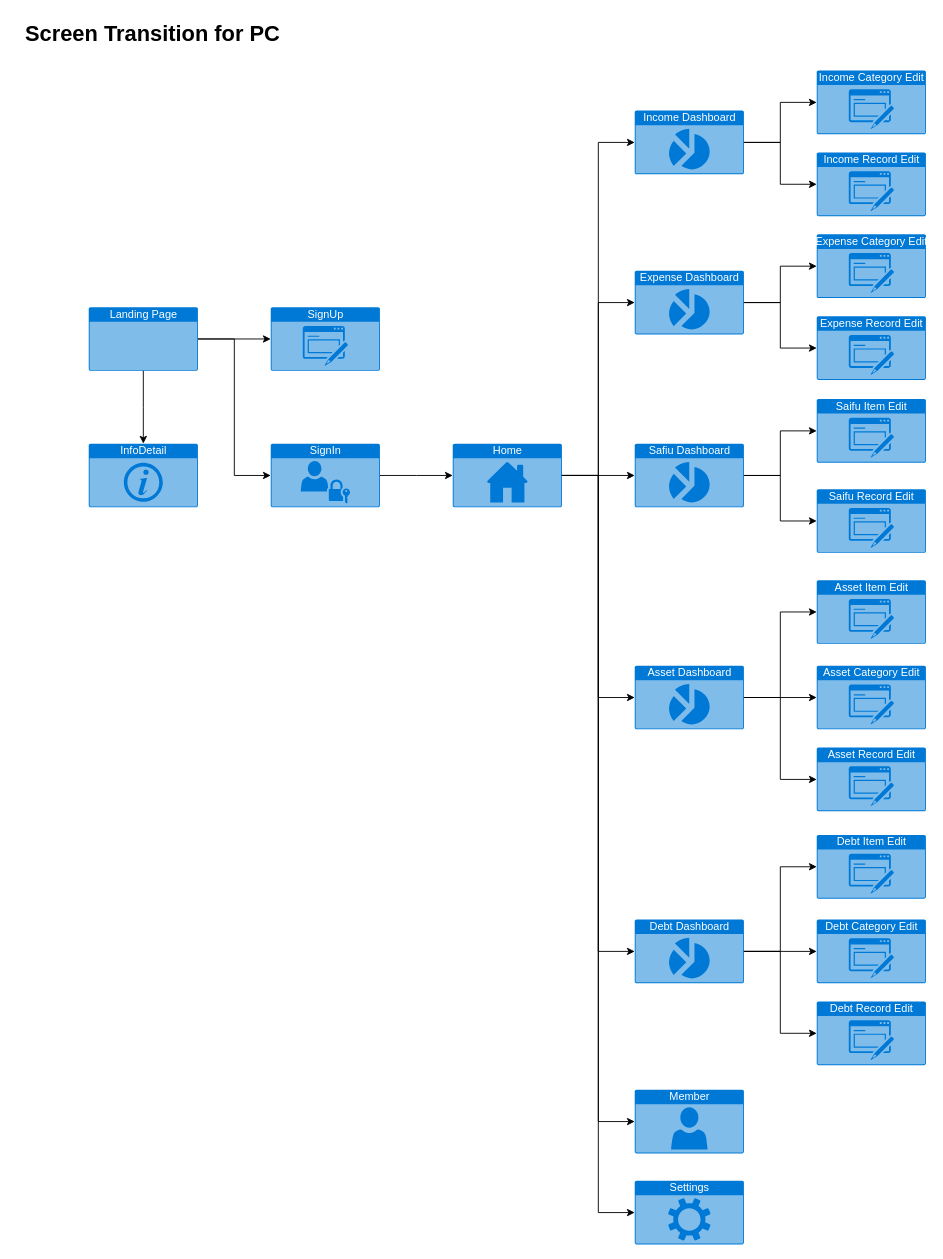
Before: page "ScreenTransition" (2 of 12) of documents/SaifuDesign.drawio in JojiKoike/saifu, a draw.io diagram. Source tidied: cells renumbered, new cells numbered last; positions are measured from the earlier drawing's top-left corner, leaving out a move shared by most shapes. Both pictures are drawn from the tidied source at 91%, with x=0, y=0 at pixel (15, 15).
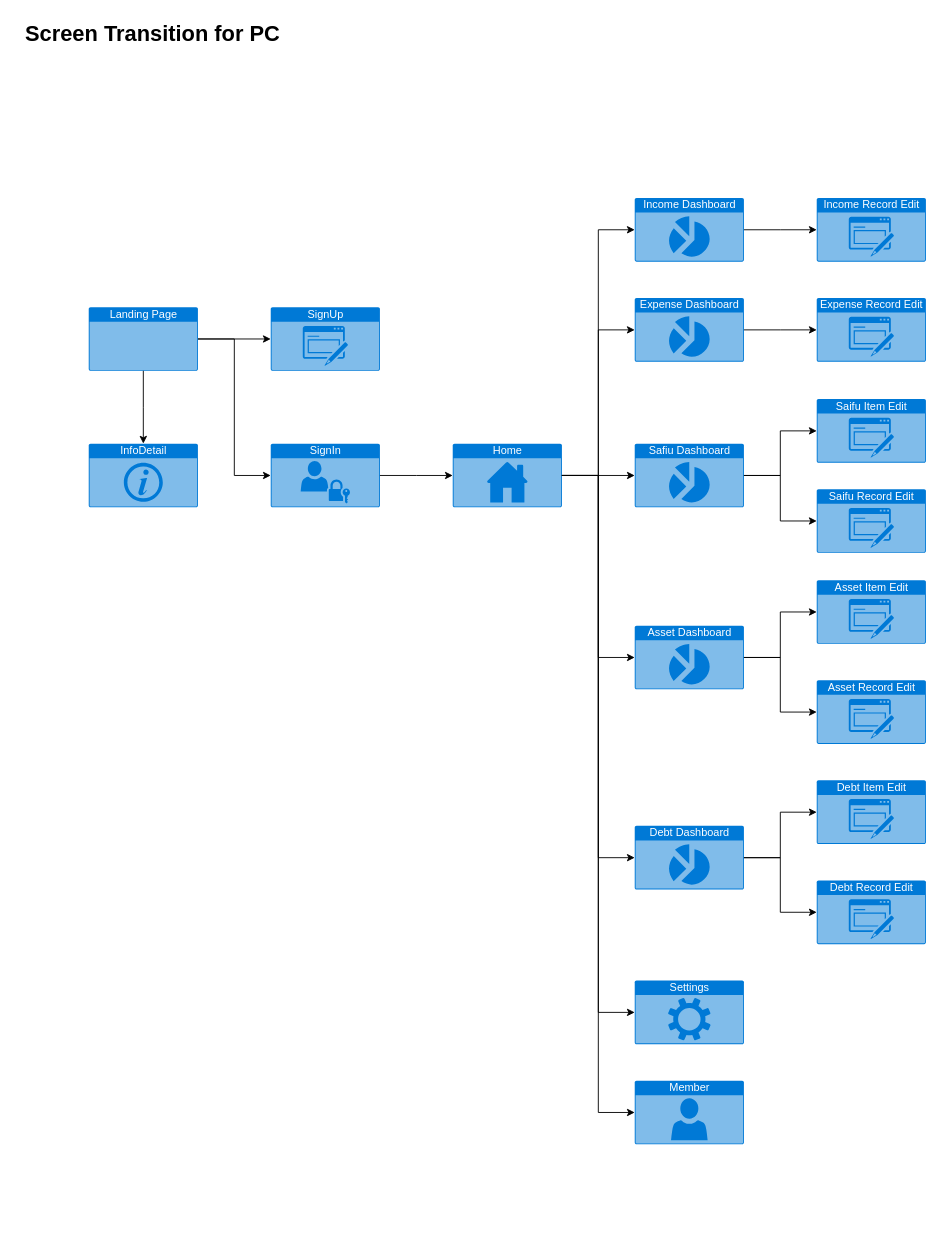
Above is the later version.

The edit, as a diff of the source:
```diff
@@
     <mxCell id="7" value="Income Record Edit" style="html=1;strokeColor=none;fillColor=#0079D6;labelPosition=center;verticalLabelPosition=middle;verticalAlign=top;align=center;fontSize=12;outlineConnect=0;spacingTop=-6;fontColor=#FFFFFF;shape=mxgraph.sitemap.form;" parent="1" vertex="1">
-      <mxGeometry x="880" y="150" width="120" height="70" as="geometry" />
+      <mxGeometry x="880" y="200" width="120" height="70" as="geometry" />
     </mxCell>
     <mxCell id="8" value="Income Dashboard" style="html=1;strokeColor=none;fillColor=#0079D6;labelPosition=center;verticalLabelPosition=middle;verticalAlign=top;align=center;fontSize=12;outlineConnect=0;spacingTop=-6;fontColor=#FFFFFF;shape=mxgraph.sitemap.chart;" parent="1" vertex="1">
-      <mxGeometry x="680" y="104" width="120" height="70" as="geometry" />
+      <mxGeometry x="680" y="200" width="120" height="70" as="geometry" />
     </mxCell>
@@
-    <mxCell id="10" value="Expense Category Edit" style="html=1;strokeColor=none;fillColor=#0079D6;labelPosition=center;verticalLabelPosition=middle;verticalAlign=top;align=center;fontSize=12;outlineConnect=0;spacingTop=-6;fontColor=#FFFFFF;shape=mxgraph.sitemap.form;" parent="1" vertex="1">
-      <mxGeometry x="880" y="240" width="120" height="70" as="geometry" />
-    </mxCell>
     <mxCell id="11" value="Expense Dashboard" style="html=1;strokeColor=none;fillColor=#0079D6;labelPosition=center;verticalLabelPosition=middle;verticalAlign=top;align=center;fontSize=12;outlineConnect=0;spacingTop=-6;fontColor=#FFFFFF;shape=mxgraph.sitemap.chart;" parent="1" vertex="1">
-      <mxGeometry x="680" y="280" width="120" height="70" as="geometry" />
+      <mxGeometry x="680" y="310" width="120" height="70" as="geometry" />
     </mxCell>
@@
     <mxCell id="13" value="Asset Dashboard" style="html=1;strokeColor=none;fillColor=#0079D6;labelPosition=center;verticalLabelPosition=middle;verticalAlign=top;align=center;fontSize=12;outlineConnect=0;spacingTop=-6;fontColor=#FFFFFF;shape=mxgraph.sitemap.chart;" parent="1" vertex="1">
-      <mxGeometry x="680" y="714" width="120" height="70" as="geometry" />
+      <mxGeometry x="680" y="670" width="120" height="70" as="geometry" />
     </mxCell>
     <mxCell id="14" value="Debt Record Edit" style="html=1;strokeColor=none;fillColor=#0079D6;labelPosition=center;verticalLabelPosition=middle;verticalAlign=top;align=center;fontSize=12;outlineConnect=0;spacingTop=-6;fontColor=#FFFFFF;shape=mxgraph.sitemap.form;" parent="1" vertex="1">
-      <mxGeometry x="880" y="1083" width="120" height="70" as="geometry" />
+      <mxGeometry x="880" y="950" width="120" height="70" as="geometry" />
     </mxCell>
     <mxCell id="15" value="Debt Dashboard" style="html=1;strokeColor=none;fillColor=#0079D6;labelPosition=center;verticalLabelPosition=middle;verticalAlign=top;align=center;fontSize=12;outlineConnect=0;spacingTop=-6;fontColor=#FFFFFF;shape=mxgraph.sitemap.chart;" parent="1" vertex="1">
-      <mxGeometry x="680" y="993" width="120" height="70" as="geometry" />
+      <mxGeometry x="680" y="890" width="120" height="70" as="geometry" />
     </mxCell>
     <mxCell id="16" value="Settings" style="html=1;strokeColor=none;fillColor=#0079D6;labelPosition=center;verticalLabelPosition=middle;verticalAlign=top;align=center;fontSize=12;outlineConnect=0;spacingTop=-6;fontColor=#FFFFFF;shape=mxgraph.sitemap.settings;" parent="1" vertex="1">
-      <mxGeometry x="680" y="1280" width="120" height="70" as="geometry" />
+      <mxGeometry x="680" y="1060" width="120" height="70" as="geometry" />
     </mxCell>
@@
-    <mxCell id="24" style="edgeStyle=elbowEdgeStyle;rounded=0;jettySize=auto;html=1;exitX=1;exitY=0.5;exitDx=0;exitDy=0;exitPerimeter=0;entryX=0;entryY=0.5;entryDx=0;entryDy=0;entryPerimeter=0;" parent="1" edge="1" source="11" target="10">
-      <mxGeometry relative="1" as="geometry" />
-    </mxCell>
@@
     <mxCell id="26" value="Asset Record Edit" style="html=1;strokeColor=none;fillColor=#0079D6;labelPosition=center;verticalLabelPosition=middle;verticalAlign=top;align=center;fontSize=12;outlineConnect=0;spacingTop=-6;fontColor=#FFFFFF;shape=mxgraph.sitemap.form;" parent="1" vertex="1">
-      <mxGeometry x="880" y="804" width="120" height="70" as="geometry" />
+      <mxGeometry x="880" y="730" width="120" height="70" as="geometry" />
     </mxCell>
@@
     <mxCell id="30" value="Debt Item Edit" style="html=1;strokeColor=none;fillColor=#0079D6;labelPosition=center;verticalLabelPosition=middle;verticalAlign=top;align=center;fontSize=12;outlineConnect=0;spacingTop=-6;fontColor=#FFFFFF;shape=mxgraph.sitemap.form;" parent="1" vertex="1">
-      <mxGeometry x="880" y="900" width="120" height="70" as="geometry" />
+      <mxGeometry x="880" y="840" width="120" height="70" as="geometry" />
     </mxCell>
@@
-    <mxCell id="38" value="Asset Category Edit" style="html=1;strokeColor=none;fillColor=#0079D6;labelPosition=center;verticalLabelPosition=middle;verticalAlign=top;align=center;fontSize=12;outlineConnect=0;spacingTop=-6;fontColor=#FFFFFF;shape=mxgraph.sitemap.form;" parent="1" vertex="1">
-      <mxGeometry x="880" y="714" width="120" height="70" as="geometry" />
-    </mxCell>
     <mxCell id="39" value="Expense Record Edit" style="html=1;strokeColor=none;fillColor=#0079D6;labelPosition=center;verticalLabelPosition=middle;verticalAlign=top;align=center;fontSize=12;outlineConnect=0;spacingTop=-6;fontColor=#FFFFFF;shape=mxgraph.sitemap.form;" parent="1" vertex="1">
-      <mxGeometry x="880" y="330" width="120" height="70" as="geometry" />
+      <mxGeometry x="880" y="310" width="120" height="70" as="geometry" />
     </mxCell>
-    <mxCell id="40" value="Income Category Edit" style="html=1;strokeColor=none;fillColor=#0079D6;labelPosition=center;verticalLabelPosition=middle;verticalAlign=top;align=center;fontSize=12;outlineConnect=0;spacingTop=-6;fontColor=#FFFFFF;shape=mxgraph.sitemap.form;" parent="1" vertex="1">
-      <mxGeometry x="880" y="60" width="120" height="70" as="geometry" />
-    </mxCell>
-    <mxCell id="41" style="edgeStyle=elbowEdgeStyle;rounded=0;jettySize=auto;html=1;exitX=1;exitY=0.5;exitDx=0;exitDy=0;exitPerimeter=0;entryX=0;entryY=0.5;entryDx=0;entryDy=0;entryPerimeter=0;" parent="1" edge="1" source="8" target="40">
-      <mxGeometry relative="1" as="geometry" />
-    </mxCell>
@@
     <mxCell id="43" value="Member" style="html=1;strokeColor=none;fillColor=#0079D6;labelPosition=center;verticalLabelPosition=middle;verticalAlign=top;align=center;fontSize=12;outlineConnect=0;spacingTop=-6;fontColor=#FFFFFF;shape=mxgraph.sitemap.user;" parent="1" vertex="1">
-      <mxGeometry x="680" y="1180" width="120" height="70" as="geometry" />
+      <mxGeometry x="680" y="1170" width="120" height="70" as="geometry" />
     </mxCell>
@@
-    <mxCell id="46" value="Debt Category Edit" style="html=1;strokeColor=none;fillColor=#0079D6;labelPosition=center;verticalLabelPosition=middle;verticalAlign=top;align=center;fontSize=12;outlineConnect=0;spacingTop=-6;fontColor=#FFFFFF;shape=mxgraph.sitemap.form;" parent="1" vertex="1">
-      <mxGeometry x="880" y="993" width="120" height="70" as="geometry" />
-    </mxCell>
-    <mxCell id="47" style="edgeStyle=elbowEdgeStyle;rounded=0;jettySize=auto;html=1;exitX=1;exitY=0.5;exitDx=0;exitDy=0;exitPerimeter=0;entryX=0;entryY=0.5;entryDx=0;entryDy=0;entryPerimeter=0;" parent="1" edge="1" source="15" target="46">
-      <mxGeometry relative="1" as="geometry" />
-    </mxCell>
-    <mxCell id="48" style="edgeStyle=elbowEdgeStyle;rounded=0;jettySize=auto;html=1;exitX=1;exitY=0.5;exitDx=0;exitDy=0;exitPerimeter=0;entryX=0;entryY=0.5;entryDx=0;entryDy=0;entryPerimeter=0;" parent="1" edge="1" source="13" target="38">
-      <mxGeometry relative="1" as="geometry" />
-    </mxCell>
```
